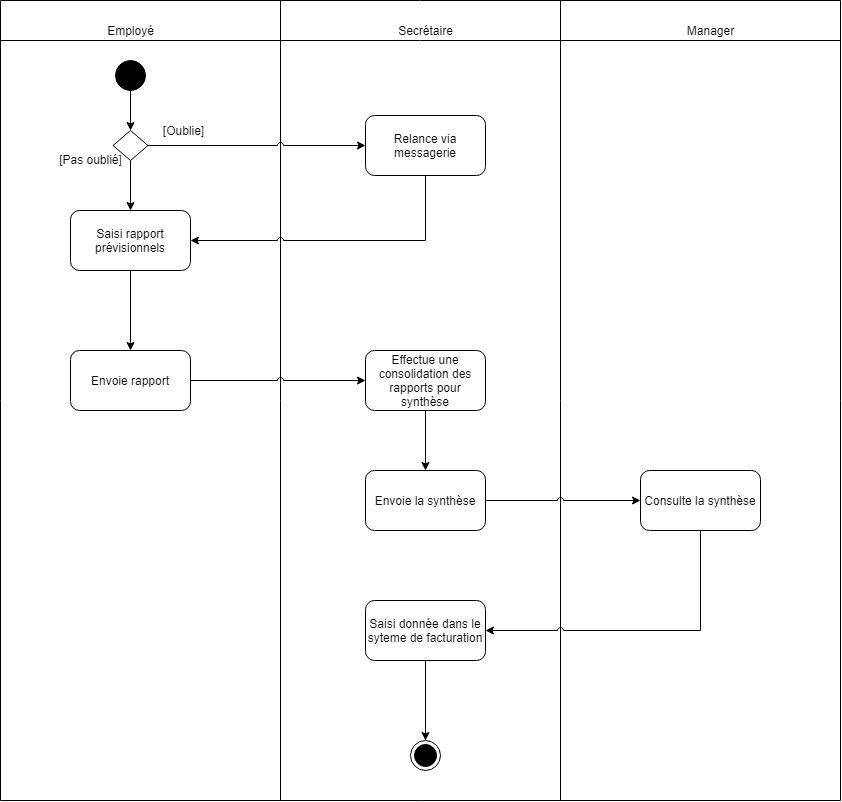
Neilerua13/tp-analyse-uml keeps this draw.io diagram as Diagrammes/Diagramme d'activité.png. Above is the earlier version. Source tidied: cells renumbered, new cells last; positions are measured from the earlier drawing's top-left corner, leaving out a move shared by most shapes.
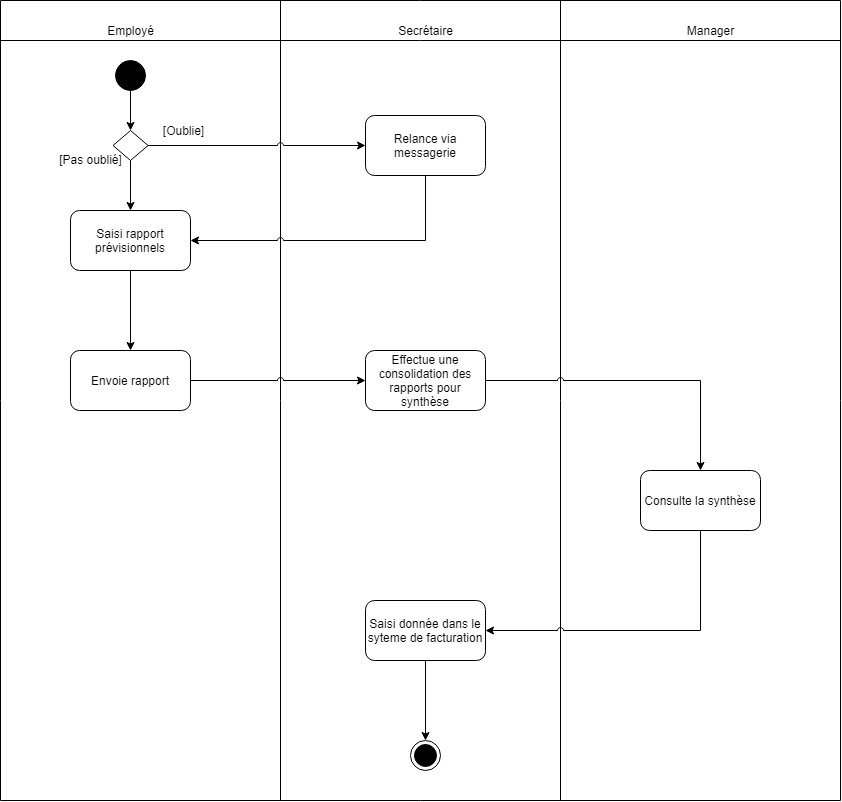
The same file after the commit.

Change to the diagram source:
```diff
@@ -57,18 +57,12 @@
     <mxCell id="15" value="Envoie rapport" style="rounded=1;whiteSpace=wrap;html=1;fillColor=#FFFFFF;" parent="1" vertex="1">
       <mxGeometry x="70" y="350" width="120" height="60" as="geometry" />
     </mxCell>
-    <mxCell id="16" style="edgeStyle=orthogonalEdgeStyle;rounded=0;jumpStyle=arc;jettySize=auto;html=1;" parent="1" edge="1" source="17" target="19">
-      <mxGeometry relative="1" as="geometry" />
-    </mxCell>
     <mxCell id="17" value="Effectue une consolidation des rapports pour synthèse" style="rounded=1;whiteSpace=wrap;html=1;fillColor=#FFFFFF;" parent="1" vertex="1">
       <mxGeometry x="365" y="350" width="120" height="60" as="geometry" />
     </mxCell>
-    <mxCell id="18" style="edgeStyle=orthogonalEdgeStyle;rounded=0;jumpStyle=arc;jettySize=auto;html=1;entryX=0;entryY=0.5;entryDx=0;entryDy=0;" parent="1" edge="1" source="19" target="21">
+    <mxCell id="18" style="edgeStyle=orthogonalEdgeStyle;rounded=0;jumpStyle=arc;jettySize=auto;html=1;entryX=0.5;entryY=0;entryDx=0;entryDy=0;exitX=1;exitY=0.5;exitDx=0;exitDy=0;" parent="1" edge="1" source="17" target="21">
       <mxGeometry relative="1" as="geometry" />
     </mxCell>
-    <mxCell id="19" value="Envoie la synthèse" style="rounded=1;whiteSpace=wrap;html=1;fillColor=#FFFFFF;" parent="1" vertex="1">
-      <mxGeometry x="365" y="470" width="120" height="60" as="geometry" />
-    </mxCell>
     <mxCell id="20" style="edgeStyle=orthogonalEdgeStyle;rounded=0;jumpStyle=arc;jettySize=auto;html=1;entryX=1;entryY=0.5;entryDx=0;entryDy=0;" parent="1" edge="1" source="21" target="28">
       <mxGeometry relative="1" as="geometry">
         <Array as="points">
```
